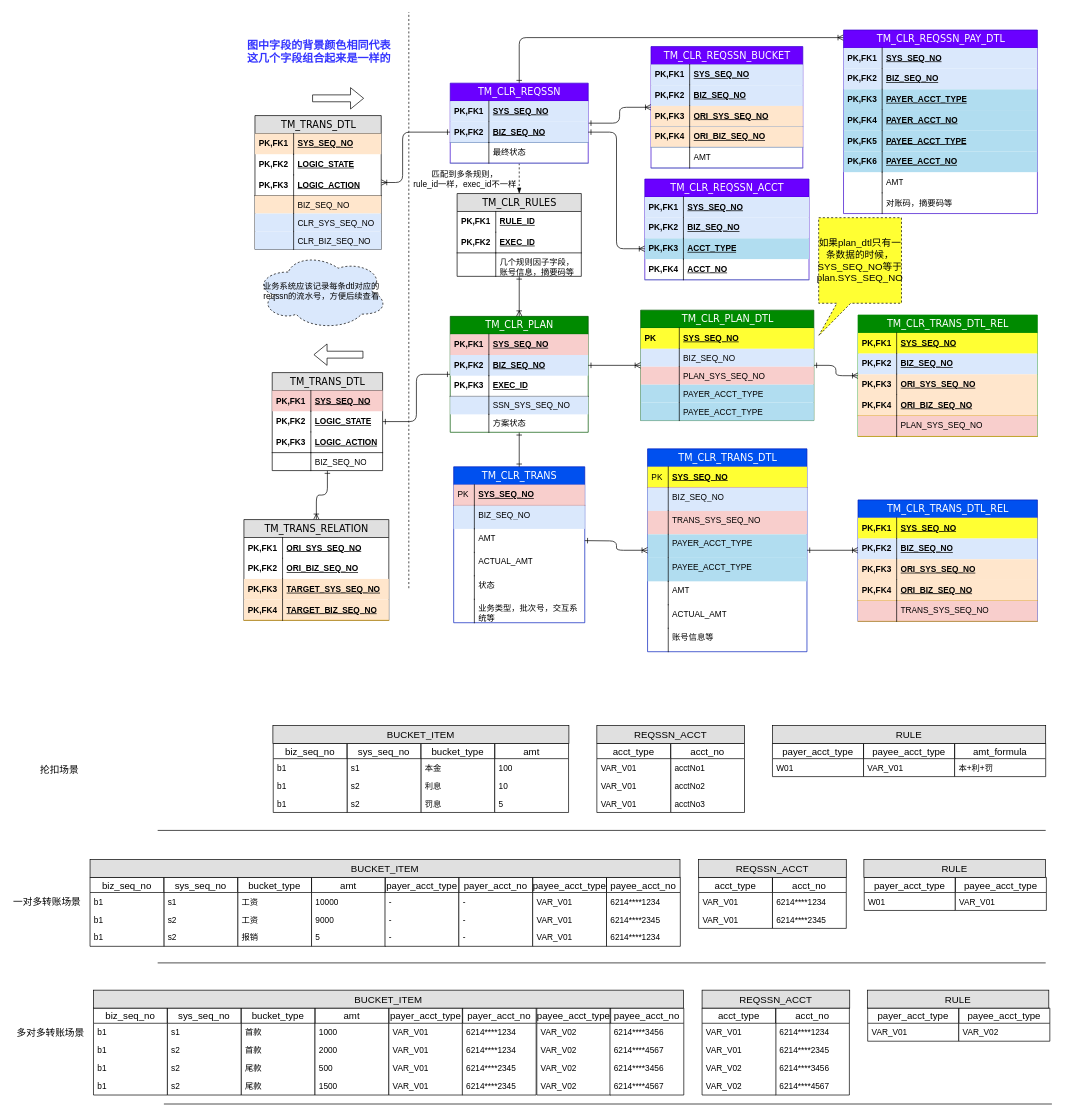
staconfree/design keeps this draw.io diagram as 清算引擎数据结构图.drawio. Above is the earlier version. Source tidied: cells renumbered, new cells numbered last; positions are measured from the earlier drawing's top-left corner, leaving out a move shared by most shapes. Both pictures are drawn from the tidied source at 69%, with x=0, y=0 at pixel (11, 12).
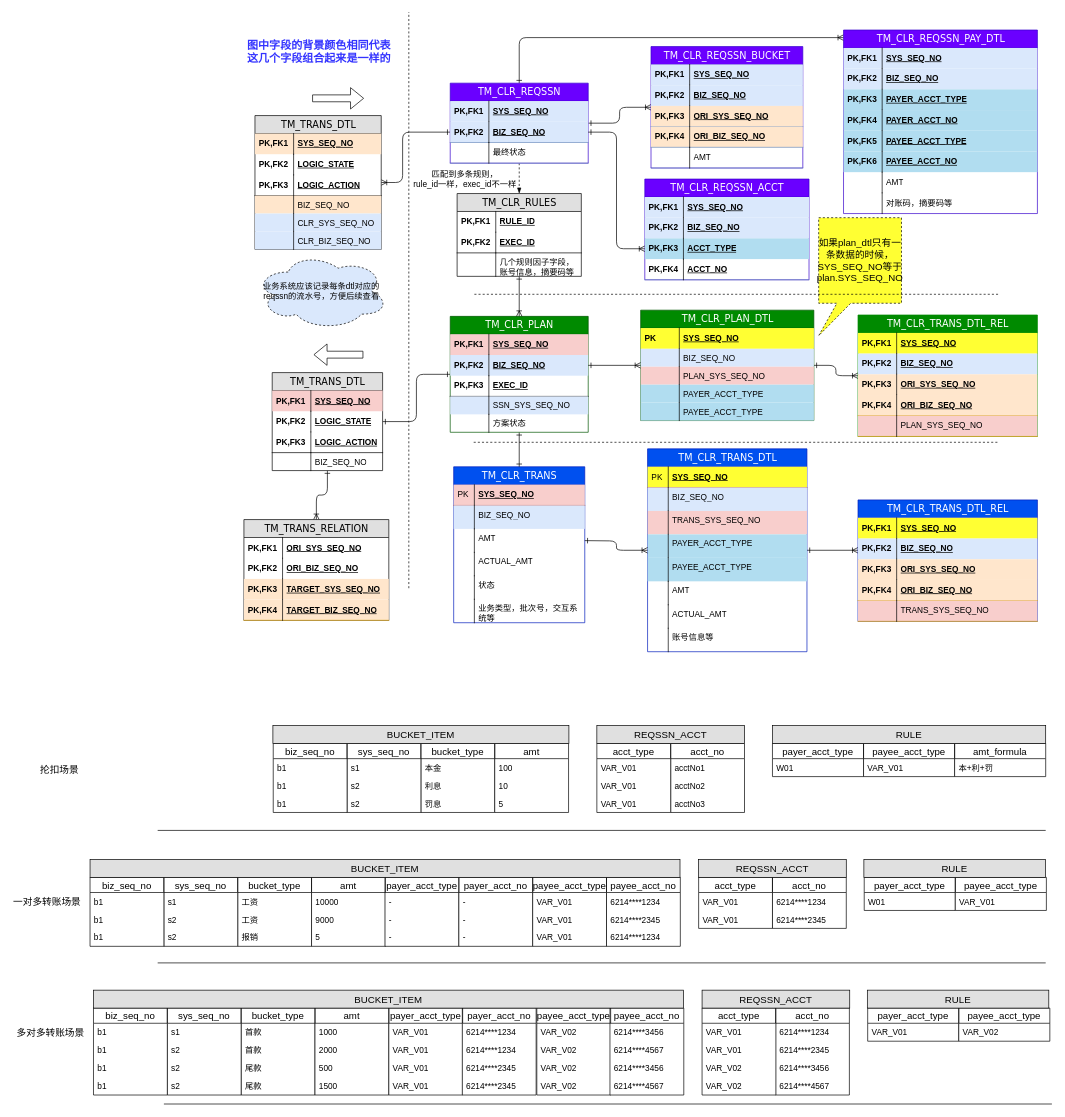
The same diagram, later.

Commit message:
更新清算引擎数据结构图.drawio

The edit, as a diff of the source:
```diff
@@
+    <mxCell id="319" style="endArrow=none;dashed=1;html=1;" parent="1" edge="1">
+      <mxGeometry relative="1" as="geometry">
+        <mxPoint x="671" y="409" as="sourcePoint" />
+        <mxPoint x="1430" y="409" as="targetPoint" />
+      </mxGeometry>
+    </mxCell>
+    <mxCell id="320" style="endArrow=none;dashed=1;html=1;" parent="1" edge="1">
+      <mxGeometry relative="1" as="geometry">
+        <mxPoint x="670" y="623.5" as="sourcePoint" />
+        <mxPoint x="1429" y="623.5" as="targetPoint" />
+      </mxGeometry>
+    </mxCell>
```
